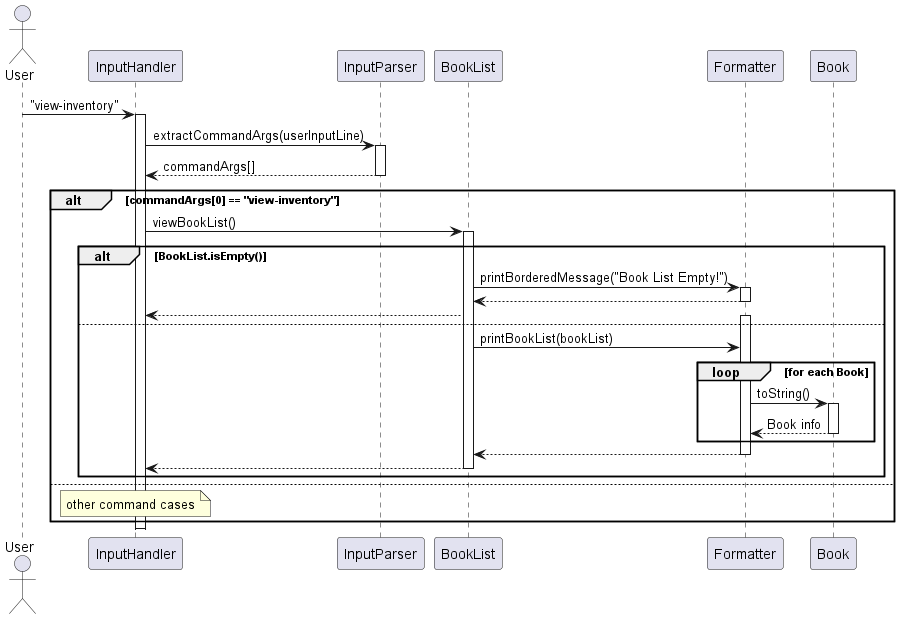
This is docs/images/viewInventory.png from AY2425S2-CS2113-T12-2/tp, a PlantUML export, as it was before one commit.
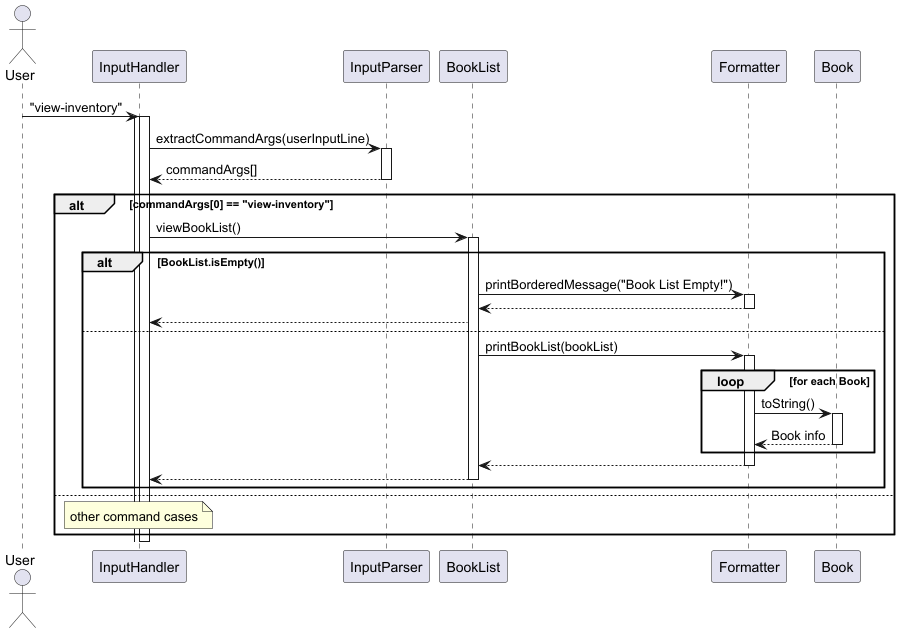
Later version of the same file.

Diff of the diagram source:
```diff
@@ -24,8 +24,9 @@
             deactivate Formatter
             BookList --> InputHandler
         else
+
+            BookList -> Formatter: printBookList(bookList)
             activate Formatter
-            BookList -> Formatter: printBookList(bookList)
                 loop for each Book
                     Formatter -> Book: toString()
                     activate Book
```
